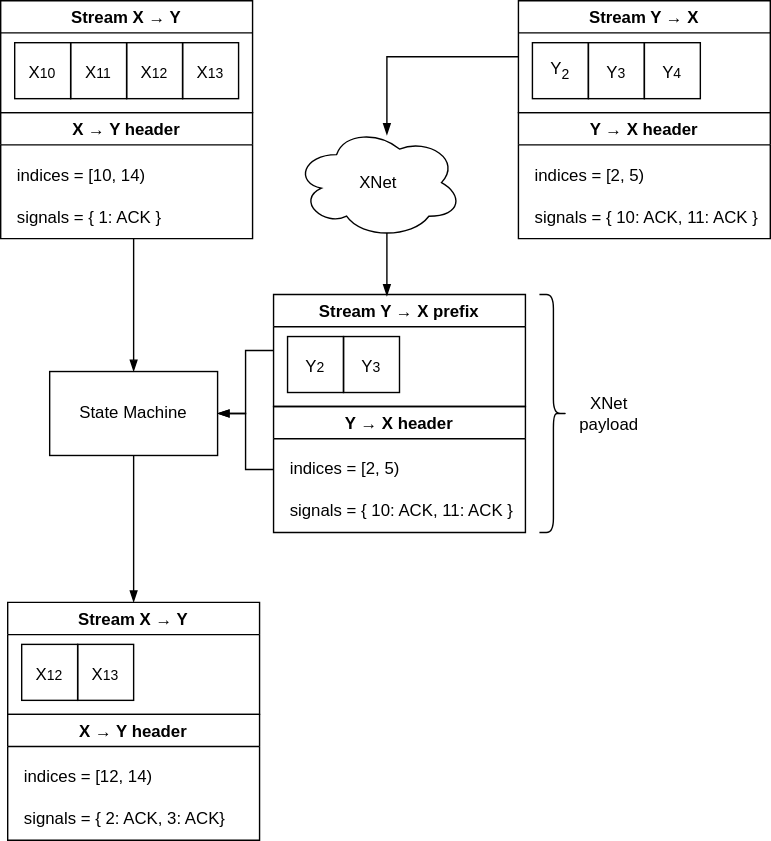
The draw.io diagram images/08-signals.svg in roman-kashitsyn/mmapped.blog, before a commit. Source tidied: cells renumbered, new cells last; positions are measured from the earlier drawing's top-left corner, leaving out a move shared by most shapes. Its diagram source:
```xml
<mxGraphModel>
  <root>
    <mxCell id="0" />
    <mxCell id="1" parent="0" />
    <mxCell id="2" style="edgeStyle=orthogonalEdgeStyle;rounded=0;jettySize=auto;html=1;exitX=0;exitY=0.5;exitDx=0;exitDy=0;fontSize=12;startArrow=none;startFill=0;endArrow=blockThin;endFill=1;entryX=0.55;entryY=0.075;entryDx=0;entryDy=0;entryPerimeter=0;shadow=0;" parent="1" edge="1" source="3" target="29">
      <mxGeometry relative="1" as="geometry" />
    </mxCell>
    <mxCell id="3" value="Stream Y → X" style="swimlane;fillColor=none;shadow=0;" parent="1" vertex="1">
      <mxGeometry x="370" width="180" height="80" as="geometry" />
    </mxCell>
    <mxCell id="4" style="group;shadow=0;" parent="3" vertex="1">
      <mxGeometry x="10" y="30" width="40" height="40" as="geometry" />
    </mxCell>
    <mxCell id="5" value="&lt;span style=&quot;&quot;&gt;Y&lt;sub&gt;2&lt;/sub&gt;&lt;/span&gt;" style="rounded=0;whiteSpace=wrap;html=1;fillColor=none;shadow=0;" parent="4" vertex="1">
      <mxGeometry width="40" height="40" as="geometry" />
    </mxCell>
    <mxCell id="6" style="group;shadow=0;" parent="3" vertex="1">
      <mxGeometry x="50" y="30" width="40" height="40" as="geometry" />
    </mxCell>
    <mxCell id="7" value="&lt;sub&gt;&lt;span style=&quot;font-size: 12px;&quot;&gt;Y&lt;/span&gt;3&lt;/sub&gt;" style="rounded=0;whiteSpace=wrap;html=1;fillColor=none;shadow=0;" parent="6" vertex="1">
      <mxGeometry width="40" height="40" as="geometry" />
    </mxCell>
    <mxCell id="8" style="group;shadow=0;" parent="3" vertex="1">
      <mxGeometry x="90" y="30" width="40" height="40" as="geometry" />
    </mxCell>
    <mxCell id="9" value="&lt;sub&gt;&lt;span style=&quot;font-size: 12px;&quot;&gt;Y&lt;/span&gt;4&lt;/sub&gt;" style="rounded=0;whiteSpace=wrap;html=1;fillColor=none;shadow=0;" parent="8" vertex="1">
      <mxGeometry width="40" height="40" as="geometry" />
    </mxCell>
    <mxCell id="10" value="Stream X → Y" style="swimlane;fillColor=none;shadow=0;" parent="1" vertex="1">
      <mxGeometry width="180" height="80" as="geometry" />
    </mxCell>
    <mxCell id="11" style="group;shadow=0;" parent="10" vertex="1">
      <mxGeometry x="130" y="30" width="40" height="40" as="geometry" />
    </mxCell>
    <mxCell id="12" style="group;shadow=0;" parent="11" vertex="1">
      <mxGeometry width="40" height="40" as="geometry" />
    </mxCell>
    <mxCell id="13" value="&lt;sub&gt;&lt;span style=&quot;font-size: 12px;&quot;&gt;X&lt;/span&gt;13&lt;/sub&gt;" style="rounded=0;whiteSpace=wrap;html=1;fillColor=none;shadow=0;" parent="12" vertex="1">
      <mxGeometry width="40" height="40" as="geometry" />
    </mxCell>
    <mxCell id="14" style="group;shadow=0;" parent="10" vertex="1">
      <mxGeometry x="10" y="30" width="40" height="40" as="geometry" />
    </mxCell>
    <mxCell id="15" value="&lt;sub&gt;&lt;span style=&quot;font-size: 12px;&quot;&gt;X&lt;/span&gt;10&lt;/sub&gt;" style="rounded=0;whiteSpace=wrap;html=1;fillColor=none;shadow=0;" parent="14" vertex="1">
      <mxGeometry width="40" height="40" as="geometry" />
    </mxCell>
    <mxCell id="16" style="group;shadow=0;" parent="10" vertex="1">
      <mxGeometry x="50" y="30" width="50" height="40" as="geometry" />
    </mxCell>
    <mxCell id="17" style="group;shadow=0;" parent="16" vertex="1">
      <mxGeometry width="40" height="40" as="geometry" />
    </mxCell>
    <mxCell id="18" value="&lt;sub&gt;&lt;span style=&quot;font-size: 12px;&quot;&gt;X&lt;/span&gt;11&lt;/sub&gt;" style="rounded=0;whiteSpace=wrap;html=1;fillColor=none;shadow=0;" parent="17" vertex="1">
      <mxGeometry width="40" height="40" as="geometry" />
    </mxCell>
    <mxCell id="19" style="group;shadow=0;" parent="10" vertex="1">
      <mxGeometry x="90" y="30" width="40" height="40" as="geometry" />
    </mxCell>
    <mxCell id="20" style="group;shadow=0;" parent="19" vertex="1">
      <mxGeometry width="40" height="40" as="geometry" />
    </mxCell>
    <mxCell id="21" value="&lt;sub&gt;&lt;span style=&quot;font-size: 12px;&quot;&gt;X&lt;/span&gt;12&lt;/sub&gt;" style="rounded=0;whiteSpace=wrap;html=1;fillColor=none;shadow=0;" parent="20" vertex="1">
      <mxGeometry width="40" height="40" as="geometry" />
    </mxCell>
    <mxCell id="22" value="Y → X header" style="swimlane;shadow=0;fontSize=12;fillColor=none;" parent="1" vertex="1">
      <mxGeometry x="370" y="80" width="180" height="90" as="geometry" />
    </mxCell>
    <mxCell id="23" value="&lt;font style=&quot;font-size: 12px;&quot;&gt;indices = [2, 5)&lt;/font&gt;" style="text;html=1;strokeColor=none;fillColor=none;align=left;verticalAlign=middle;whiteSpace=wrap;rounded=0;shadow=0;fontSize=8;" parent="22" vertex="1">
      <mxGeometry x="10" y="30" width="150" height="30" as="geometry" />
    </mxCell>
    <mxCell id="24" value="&lt;font style=&quot;font-size: 12px;&quot;&gt;signals = { 10: ACK, 11: ACK }&lt;/font&gt;" style="text;html=1;strokeColor=none;fillColor=none;align=left;verticalAlign=middle;whiteSpace=wrap;rounded=0;shadow=0;fontSize=8;" parent="22" vertex="1">
      <mxGeometry x="10" y="60" width="170" height="30" as="geometry" />
    </mxCell>
    <mxCell id="25" value="X → Y header" style="swimlane;shadow=0;fontSize=12;fillColor=none;" parent="1" vertex="1">
      <mxGeometry y="80" width="180" height="90" as="geometry" />
    </mxCell>
    <mxCell id="26" value="&lt;font style=&quot;font-size: 12px;&quot;&gt;indices = [10, 14)&lt;/font&gt;" style="text;html=1;strokeColor=none;fillColor=none;align=left;verticalAlign=middle;whiteSpace=wrap;rounded=0;shadow=0;fontSize=8;" parent="25" vertex="1">
      <mxGeometry x="10" y="30" width="160" height="30" as="geometry" />
    </mxCell>
    <mxCell id="27" value="&lt;font style=&quot;font-size: 12px;&quot;&gt;signals = { 1: ACK }&lt;/font&gt;" style="text;html=1;strokeColor=none;fillColor=none;align=left;verticalAlign=middle;whiteSpace=wrap;rounded=0;shadow=0;fontSize=8;" parent="25" vertex="1">
      <mxGeometry x="10" y="60" width="170" height="30" as="geometry" />
    </mxCell>
    <mxCell id="28" style="edgeStyle=orthogonalEdgeStyle;rounded=0;jettySize=auto;html=1;exitX=0.55;exitY=0.95;exitDx=0;exitDy=0;exitPerimeter=0;entryX=0.45;entryY=0.013;entryDx=0;entryDy=0;entryPerimeter=0;fontSize=12;startArrow=none;startFill=0;endArrow=blockThin;endFill=1;shadow=0;" parent="1" edge="1" source="29" target="31">
      <mxGeometry relative="1" as="geometry" />
    </mxCell>
    <mxCell id="29" value="XNet" style="ellipse;shape=cloud;whiteSpace=wrap;html=1;shadow=0;fontSize=12;fillColor=none;" parent="1" vertex="1">
      <mxGeometry x="210" y="90" width="120" height="80" as="geometry" />
    </mxCell>
    <mxCell id="30" style="edgeStyle=orthogonalEdgeStyle;rounded=0;jettySize=auto;html=1;exitX=0;exitY=0.5;exitDx=0;exitDy=0;entryX=1;entryY=0.5;entryDx=0;entryDy=0;fontSize=12;startArrow=none;startFill=0;endArrow=blockThin;endFill=1;shadow=0;" parent="1" edge="1" source="31" target="53">
      <mxGeometry relative="1" as="geometry" />
    </mxCell>
    <mxCell id="31" value="Stream Y → X prefix" style="swimlane;fillColor=none;shadow=0;" parent="1" vertex="1">
      <mxGeometry x="195" y="210" width="180" height="80" as="geometry" />
    </mxCell>
    <mxCell id="32" style="group;shadow=0;" parent="31" vertex="1">
      <mxGeometry x="10" y="30" width="40" height="40" as="geometry" />
    </mxCell>
    <mxCell id="33" value="&lt;sub&gt;&lt;span style=&quot;font-size: 12px;&quot;&gt;Y&lt;/span&gt;2&lt;/sub&gt;" style="rounded=0;whiteSpace=wrap;html=1;fillColor=none;shadow=0;" parent="32" vertex="1">
      <mxGeometry width="40" height="40" as="geometry" />
    </mxCell>
    <mxCell id="34" style="group;shadow=0;" parent="31" vertex="1">
      <mxGeometry x="50" y="30" width="40" height="40" as="geometry" />
    </mxCell>
    <mxCell id="35" value="&lt;sub&gt;&lt;span style=&quot;font-size: 12px;&quot;&gt;Y&lt;/span&gt;3&lt;/sub&gt;" style="rounded=0;whiteSpace=wrap;html=1;fillColor=none;shadow=0;" parent="34" vertex="1">
      <mxGeometry width="40" height="40" as="geometry" />
    </mxCell>
    <mxCell id="36" style="edgeStyle=orthogonalEdgeStyle;rounded=0;jettySize=auto;html=1;exitX=0;exitY=0.5;exitDx=0;exitDy=0;entryX=1;entryY=0.5;entryDx=0;entryDy=0;fontSize=12;startArrow=none;startFill=0;endArrow=blockThin;endFill=1;shadow=0;" parent="1" edge="1" source="37" target="53">
      <mxGeometry relative="1" as="geometry" />
    </mxCell>
    <mxCell id="37" value="Y → X header" style="swimlane;shadow=0;fontSize=12;fillColor=none;" parent="1" vertex="1">
      <mxGeometry x="195" y="290" width="180" height="90" as="geometry" />
    </mxCell>
    <mxCell id="38" value="&lt;font style=&quot;font-size: 12px;&quot;&gt;indices = [2, 5)&lt;/font&gt;" style="text;html=1;strokeColor=none;fillColor=none;align=left;verticalAlign=middle;whiteSpace=wrap;rounded=0;shadow=0;fontSize=8;" parent="37" vertex="1">
      <mxGeometry x="10" y="30" width="160" height="30" as="geometry" />
    </mxCell>
    <mxCell id="39" value="&lt;font style=&quot;font-size: 12px;&quot;&gt;signals = { 10: ACK, 11: ACK }&lt;/font&gt;" style="text;html=1;strokeColor=none;fillColor=none;align=left;verticalAlign=middle;whiteSpace=wrap;rounded=0;shadow=0;fontSize=8;" parent="37" vertex="1">
      <mxGeometry x="10" y="60" width="170" height="30" as="geometry" />
    </mxCell>
    <mxCell id="40" style="shape=curlyBracket;whiteSpace=wrap;html=1;rounded=1;flipH=1;shadow=0;fontSize=12;fillColor=none;" parent="1" vertex="1">
      <mxGeometry x="385" y="210" width="20" height="170" as="geometry" />
    </mxCell>
    <mxCell id="41" value="XNet payload" style="text;html=1;strokeColor=none;fillColor=none;align=center;verticalAlign=middle;whiteSpace=wrap;rounded=0;shadow=0;fontSize=12;" parent="1" vertex="1">
      <mxGeometry x="405" y="280" width="60" height="30" as="geometry" />
    </mxCell>
    <mxCell id="42" value="Stream X → Y" style="swimlane;fillColor=none;shadow=0;" parent="1" vertex="1">
      <mxGeometry x="5" y="430" width="180" height="80" as="geometry" />
    </mxCell>
    <mxCell id="43" style="group;shadow=0;" parent="42" vertex="1">
      <mxGeometry x="50" y="30" width="40" height="40" as="geometry" />
    </mxCell>
    <mxCell id="44" style="group;shadow=0;" parent="43" vertex="1">
      <mxGeometry width="40" height="40" as="geometry" />
    </mxCell>
    <mxCell id="45" value="&lt;sub&gt;&lt;span style=&quot;font-size: 12px;&quot;&gt;X&lt;/span&gt;13&lt;/sub&gt;" style="rounded=0;whiteSpace=wrap;html=1;fillColor=none;shadow=0;" parent="44" vertex="1">
      <mxGeometry width="40" height="40" as="geometry" />
    </mxCell>
    <mxCell id="46" style="group;shadow=0;" parent="42" vertex="1">
      <mxGeometry x="10" y="30" width="40" height="40" as="geometry" />
    </mxCell>
    <mxCell id="47" style="group;shadow=0;" parent="46" vertex="1">
      <mxGeometry width="40" height="40" as="geometry" />
    </mxCell>
    <mxCell id="48" value="&lt;sub&gt;&lt;span style=&quot;font-size: 12px;&quot;&gt;X&lt;/span&gt;12&lt;/sub&gt;" style="rounded=0;whiteSpace=wrap;html=1;fillColor=none;shadow=0;" parent="47" vertex="1">
      <mxGeometry width="40" height="40" as="geometry" />
    </mxCell>
    <mxCell id="49" value="X → Y header" style="swimlane;shadow=0;fontSize=12;fillColor=none;" parent="1" vertex="1">
      <mxGeometry x="5" y="510" width="180" height="90" as="geometry" />
    </mxCell>
    <mxCell id="50" value="&lt;font style=&quot;font-size: 12px;&quot;&gt;signals = { 2: ACK, 3: ACK}&lt;/font&gt;" style="text;html=1;strokeColor=none;fillColor=none;align=left;verticalAlign=middle;whiteSpace=wrap;rounded=0;shadow=0;fontSize=8;" parent="49" vertex="1">
      <mxGeometry x="10" y="60" width="170" height="30" as="geometry" />
    </mxCell>
    <mxCell id="51" value="&lt;font style=&quot;font-size: 12px;&quot;&gt;indices = [12, 14)&lt;/font&gt;" style="text;html=1;strokeColor=none;fillColor=none;align=left;verticalAlign=middle;whiteSpace=wrap;rounded=0;shadow=0;fontSize=8;" parent="49" vertex="1">
      <mxGeometry x="10" y="30" width="160" height="30" as="geometry" />
    </mxCell>
    <mxCell id="52" style="edgeStyle=orthogonalEdgeStyle;rounded=0;jettySize=auto;html=1;exitX=0.5;exitY=1;exitDx=0;exitDy=0;entryX=0.5;entryY=0;entryDx=0;entryDy=0;fontSize=12;startArrow=none;startFill=0;endArrow=blockThin;endFill=1;shadow=0;" parent="1" edge="1" source="53" target="42">
      <mxGeometry relative="1" as="geometry" />
    </mxCell>
    <mxCell id="53" value="State Machine" style="rounded=0;whiteSpace=wrap;html=1;shadow=0;fontSize=12;fillColor=none;" parent="1" vertex="1">
      <mxGeometry x="35" y="265" width="120" height="60" as="geometry" />
    </mxCell>
    <mxCell id="54" style="edgeStyle=orthogonalEdgeStyle;rounded=0;jettySize=auto;html=1;exitX=0.5;exitY=1;exitDx=0;exitDy=0;entryX=0.5;entryY=0;entryDx=0;entryDy=0;fontSize=12;startArrow=none;startFill=0;endArrow=blockThin;endFill=1;shadow=0;" parent="1" edge="1" source="27" target="53">
      <mxGeometry relative="1" as="geometry" />
    </mxCell>
  </root>
</mxGraphModel>
```
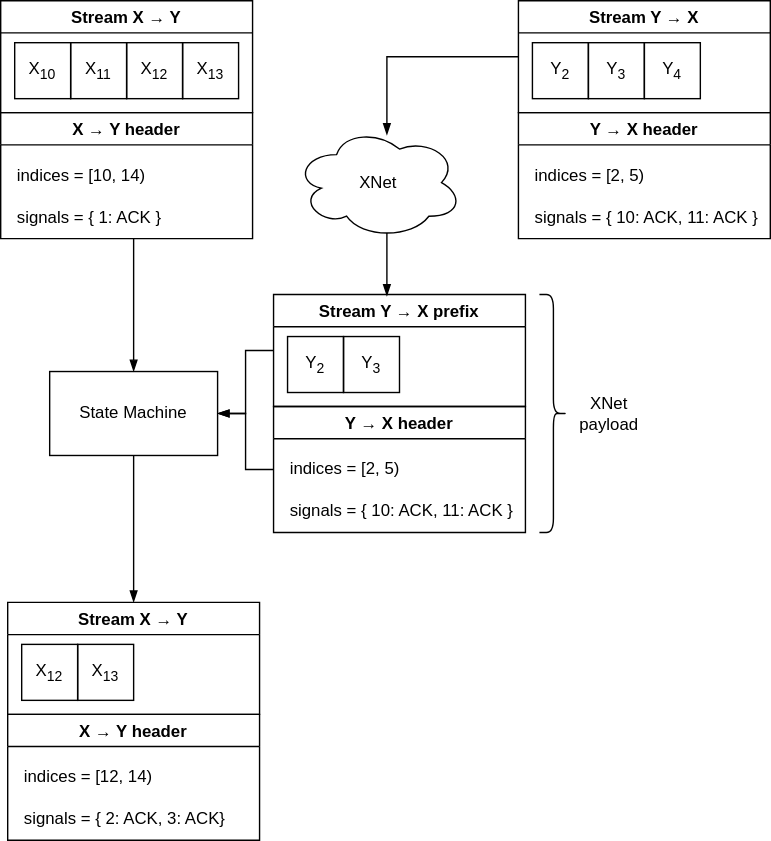
The same diagram one commit later.

The edit, as a diff of the source:
```diff
@@ -14,54 +14,51 @@
     <mxCell id="5" value="&lt;span style=&quot;&quot;&gt;Y&lt;sub&gt;2&lt;/sub&gt;&lt;/span&gt;" style="rounded=0;whiteSpace=wrap;html=1;fillColor=none;shadow=0;" parent="4" vertex="1">
       <mxGeometry width="40" height="40" as="geometry" />
     </mxCell>
-    <mxCell id="6" style="group;shadow=0;" parent="3" vertex="1">
-      <mxGeometry x="50" y="30" width="40" height="40" as="geometry" />
-    </mxCell>
-    <mxCell id="7" value="&lt;sub&gt;&lt;span style=&quot;font-size: 12px;&quot;&gt;Y&lt;/span&gt;3&lt;/sub&gt;" style="rounded=0;whiteSpace=wrap;html=1;fillColor=none;shadow=0;" parent="6" vertex="1">
-      <mxGeometry width="40" height="40" as="geometry" />
+    <mxCell id="7" value="Y&lt;sub&gt;3&lt;/sub&gt;" style="rounded=0;whiteSpace=wrap;html=1;fillColor=none;shadow=0;" parent="3" vertex="1">
+      <mxGeometry x="50" y="30" width="40" height="40" as="geometry" />
     </mxCell>
-    <mxCell id="8" style="group;shadow=0;" parent="3" vertex="1">
-      <mxGeometry x="90" y="30" width="40" height="40" as="geometry" />
-    </mxCell>
-    <mxCell id="9" value="&lt;sub&gt;&lt;span style=&quot;font-size: 12px;&quot;&gt;Y&lt;/span&gt;4&lt;/sub&gt;" style="rounded=0;whiteSpace=wrap;html=1;fillColor=none;shadow=0;" parent="8" vertex="1">
-      <mxGeometry width="40" height="40" as="geometry" />
+    <mxCell id="9" value="Y&lt;sub&gt;4&lt;/sub&gt;" style="rounded=0;whiteSpace=wrap;html=1;fillColor=none;shadow=0;" parent="3" vertex="1">
+      <mxGeometry x="90" y="30" width="40" height="40" as="geometry" />
     </mxCell>
     <mxCell id="10" value="Stream X → Y" style="swimlane;fillColor=none;shadow=0;" parent="1" vertex="1">
       <mxGeometry width="180" height="80" as="geometry" />
     </mxCell>
+    <mxCell id="55" style="group;shadow=0;" parent="10" vertex="1">
+      <mxGeometry x="90" y="30" width="40" height="40" as="geometry" />
+    </mxCell>
+    <mxCell id="56" style="group;shadow=0;" parent="55" vertex="1">
+      <mxGeometry width="40" height="40" as="geometry" />
+    </mxCell>
+    <mxCell id="21" value="X&lt;sub&gt;12&lt;/sub&gt;" style="rounded=0;whiteSpace=wrap;html=1;fillColor=none;shadow=0;" parent="56" vertex="1">
+      <mxGeometry width="40" height="40" as="geometry" />
+    </mxCell>
     <mxCell id="11" style="group;shadow=0;" parent="10" vertex="1">
       <mxGeometry x="130" y="30" width="40" height="40" as="geometry" />
     </mxCell>
-    <mxCell id="12" style="group;shadow=0;" parent="11" vertex="1">
-      <mxGeometry width="40" height="40" as="geometry" />
-    </mxCell>
-    <mxCell id="13" value="&lt;sub&gt;&lt;span style=&quot;font-size: 12px;&quot;&gt;X&lt;/span&gt;13&lt;/sub&gt;" style="rounded=0;whiteSpace=wrap;html=1;fillColor=none;shadow=0;" parent="12" vertex="1">
-      <mxGeometry width="40" height="40" as="geometry" />
-    </mxCell>
-    <mxCell id="14" style="group;shadow=0;" parent="10" vertex="1">
-      <mxGeometry x="10" y="30" width="40" height="40" as="geometry" />
-    </mxCell>
+    <mxCell id="57" style="group;shadow=0;" parent="11" vertex="1">
+      <mxGeometry width="40" height="40" as="geometry" />
+    </mxCell>
+    <mxCell id="58" value="X&lt;sub&gt;13&lt;/sub&gt;" style="rounded=0;whiteSpace=wrap;html=1;fillColor=none;shadow=0;" parent="57" vertex="1">
+      <mxGeometry width="40" height="40" as="geometry" />
+    </mxCell>
+    <mxCell id="59" style="group;shadow=0;" parent="10" vertex="1">
+      <mxGeometry x="10" y="30" width="40" height="40" as="geometry" />
+    </mxCell>
+    <mxCell id="60" style="group;shadow=0;" parent="59" vertex="1">
+      <mxGeometry width="40" height="40" as="geometry" />
+    </mxCell>
-    <mxCell id="15" value="&lt;sub&gt;&lt;span style=&quot;font-size: 12px;&quot;&gt;X&lt;/span&gt;10&lt;/sub&gt;" style="rounded=0;whiteSpace=wrap;html=1;fillColor=none;shadow=0;" parent="14" vertex="1">
+    <mxCell id="15" value="X&lt;sub&gt;10&lt;/sub&gt;" style="rounded=0;whiteSpace=wrap;html=1;fillColor=none;shadow=0;" parent="60" vertex="1">
       <mxGeometry width="40" height="40" as="geometry" />
     </mxCell>
-    <mxCell id="16" style="group;shadow=0;" parent="10" vertex="1">
-      <mxGeometry x="50" y="30" width="50" height="40" as="geometry" />
-    </mxCell>
-    <mxCell id="17" style="group;shadow=0;" parent="16" vertex="1">
-      <mxGeometry width="40" height="40" as="geometry" />
-    </mxCell>
+    <mxCell id="61" style="group;shadow=0;" parent="10" vertex="1">
+      <mxGeometry x="50" y="30" width="40" height="40" as="geometry" />
+    </mxCell>
+    <mxCell id="62" style="group;shadow=0;" parent="61" vertex="1">
+      <mxGeometry width="40" height="40" as="geometry" />
+    </mxCell>
-    <mxCell id="18" value="&lt;sub&gt;&lt;span style=&quot;font-size: 12px;&quot;&gt;X&lt;/span&gt;11&lt;/sub&gt;" style="rounded=0;whiteSpace=wrap;html=1;fillColor=none;shadow=0;" parent="17" vertex="1">
+    <mxCell id="18" value="X&lt;sub&gt;11&lt;/sub&gt;" style="rounded=0;whiteSpace=wrap;html=1;fillColor=none;shadow=0;" parent="62" vertex="1">
       <mxGeometry width="40" height="40" as="geometry" />
     </mxCell>
-    <mxCell id="19" style="group;shadow=0;" parent="10" vertex="1">
-      <mxGeometry x="90" y="30" width="40" height="40" as="geometry" />
-    </mxCell>
-    <mxCell id="20" style="group;shadow=0;" parent="19" vertex="1">
-      <mxGeometry width="40" height="40" as="geometry" />
-    </mxCell>
-    <mxCell id="21" value="&lt;sub&gt;&lt;span style=&quot;font-size: 12px;&quot;&gt;X&lt;/span&gt;12&lt;/sub&gt;" style="rounded=0;whiteSpace=wrap;html=1;fillColor=none;shadow=0;" parent="20" vertex="1">
-      <mxGeometry width="40" height="40" as="geometry" />
-    </mxCell>
     <mxCell id="22" value="Y → X header" style="swimlane;shadow=0;fontSize=12;fillColor=none;" parent="1" vertex="1">
       <mxGeometry x="370" y="80" width="180" height="90" as="geometry" />
     </mxCell>
@@ -92,17 +89,14 @@
     <mxCell id="31" value="Stream Y → X prefix" style="swimlane;fillColor=none;shadow=0;" parent="1" vertex="1">
       <mxGeometry x="195" y="210" width="180" height="80" as="geometry" />
     </mxCell>
-    <mxCell id="32" style="group;shadow=0;" parent="31" vertex="1">
-      <mxGeometry x="10" y="30" width="40" height="40" as="geometry" />
-    </mxCell>
+    <mxCell id="63" style="group;shadow=0;" parent="31" vertex="1">
+      <mxGeometry x="10" y="30" width="40" height="40" as="geometry" />
+    </mxCell>
-    <mxCell id="33" value="&lt;sub&gt;&lt;span style=&quot;font-size: 12px;&quot;&gt;Y&lt;/span&gt;2&lt;/sub&gt;" style="rounded=0;whiteSpace=wrap;html=1;fillColor=none;shadow=0;" parent="32" vertex="1">
+    <mxCell id="33" value="&lt;span style=&quot;&quot;&gt;Y&lt;sub&gt;2&lt;/sub&gt;&lt;/span&gt;" style="rounded=0;whiteSpace=wrap;html=1;fillColor=none;shadow=0;" parent="63" vertex="1">
       <mxGeometry width="40" height="40" as="geometry" />
     </mxCell>
-    <mxCell id="34" style="group;shadow=0;" parent="31" vertex="1">
-      <mxGeometry x="50" y="30" width="40" height="40" as="geometry" />
-    </mxCell>
-    <mxCell id="35" value="&lt;sub&gt;&lt;span style=&quot;font-size: 12px;&quot;&gt;Y&lt;/span&gt;3&lt;/sub&gt;" style="rounded=0;whiteSpace=wrap;html=1;fillColor=none;shadow=0;" parent="34" vertex="1">
-      <mxGeometry width="40" height="40" as="geometry" />
+    <mxCell id="35" value="Y&lt;sub&gt;3&lt;/sub&gt;" style="rounded=0;whiteSpace=wrap;html=1;fillColor=none;shadow=0;" parent="31" vertex="1">
+      <mxGeometry x="50" y="30" width="40" height="40" as="geometry" />
     </mxCell>
     <mxCell id="36" style="edgeStyle=orthogonalEdgeStyle;rounded=0;jettySize=auto;html=1;exitX=0;exitY=0.5;exitDx=0;exitDy=0;entryX=1;entryY=0.5;entryDx=0;entryDy=0;fontSize=12;startArrow=none;startFill=0;endArrow=blockThin;endFill=1;shadow=0;" parent="1" edge="1" source="37" target="53">
       <mxGeometry relative="1" as="geometry" />
@@ -125,24 +119,24 @@
     <mxCell id="42" value="Stream X → Y" style="swimlane;fillColor=none;shadow=0;" parent="1" vertex="1">
       <mxGeometry x="5" y="430" width="180" height="80" as="geometry" />
     </mxCell>
-    <mxCell id="43" style="group;shadow=0;" parent="42" vertex="1">
-      <mxGeometry x="50" y="30" width="40" height="40" as="geometry" />
-    </mxCell>
-    <mxCell id="44" style="group;shadow=0;" parent="43" vertex="1">
-      <mxGeometry width="40" height="40" as="geometry" />
-    </mxCell>
-    <mxCell id="45" value="&lt;sub&gt;&lt;span style=&quot;font-size: 12px;&quot;&gt;X&lt;/span&gt;13&lt;/sub&gt;" style="rounded=0;whiteSpace=wrap;html=1;fillColor=none;shadow=0;" parent="44" vertex="1">
-      <mxGeometry width="40" height="40" as="geometry" />
-    </mxCell>
     <mxCell id="46" style="group;shadow=0;" parent="42" vertex="1">
       <mxGeometry x="10" y="30" width="40" height="40" as="geometry" />
     </mxCell>
     <mxCell id="47" style="group;shadow=0;" parent="46" vertex="1">
       <mxGeometry width="40" height="40" as="geometry" />
     </mxCell>
-    <mxCell id="48" value="&lt;sub&gt;&lt;span style=&quot;font-size: 12px;&quot;&gt;X&lt;/span&gt;12&lt;/sub&gt;" style="rounded=0;whiteSpace=wrap;html=1;fillColor=none;shadow=0;" parent="47" vertex="1">
+    <mxCell id="48" value="X&lt;sub&gt;12&lt;/sub&gt;" style="rounded=0;whiteSpace=wrap;html=1;fillColor=none;shadow=0;" parent="47" vertex="1">
       <mxGeometry width="40" height="40" as="geometry" />
     </mxCell>
+    <mxCell id="64" style="group;shadow=0;" parent="42" vertex="1">
+      <mxGeometry x="50" y="30" width="40" height="40" as="geometry" />
+    </mxCell>
+    <mxCell id="65" style="group;shadow=0;" parent="64" vertex="1">
+      <mxGeometry width="40" height="40" as="geometry" />
+    </mxCell>
+    <mxCell id="66" value="X&lt;sub&gt;13&lt;/sub&gt;" style="rounded=0;whiteSpace=wrap;html=1;fillColor=none;shadow=0;" parent="65" vertex="1">
+      <mxGeometry width="40" height="40" as="geometry" />
+    </mxCell>
     <mxCell id="49" value="X → Y header" style="swimlane;shadow=0;fontSize=12;fillColor=none;" parent="1" vertex="1">
       <mxGeometry x="5" y="510" width="180" height="90" as="geometry" />
     </mxCell>
```
